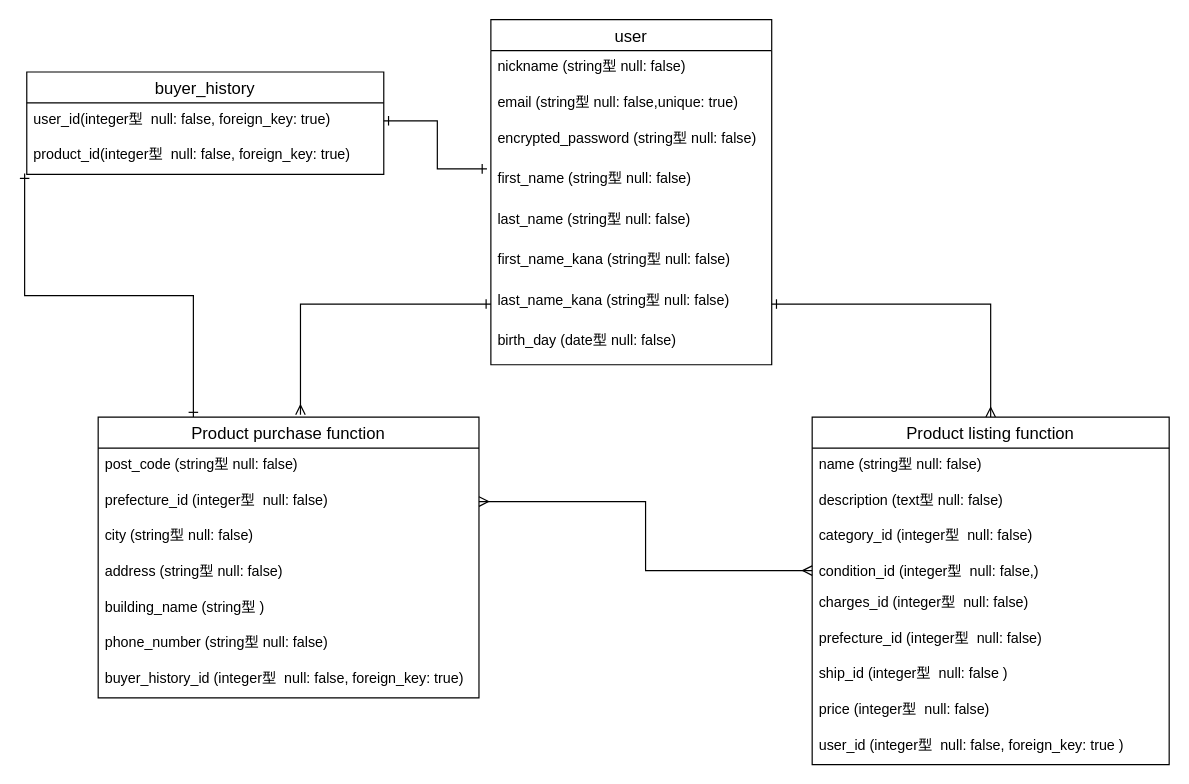
ocha185/furima-33547 keeps this draw.io diagram as furima.dio. Above is the earlier version. Source tidied: cells renumbered, new cells numbered last; positions are measured from the earlier drawing's top-left corner, leaving out a move shared by most shapes. Both pictures are drawn from the tidied source at 119%, with x=0, y=0 at pixel (26, 19).
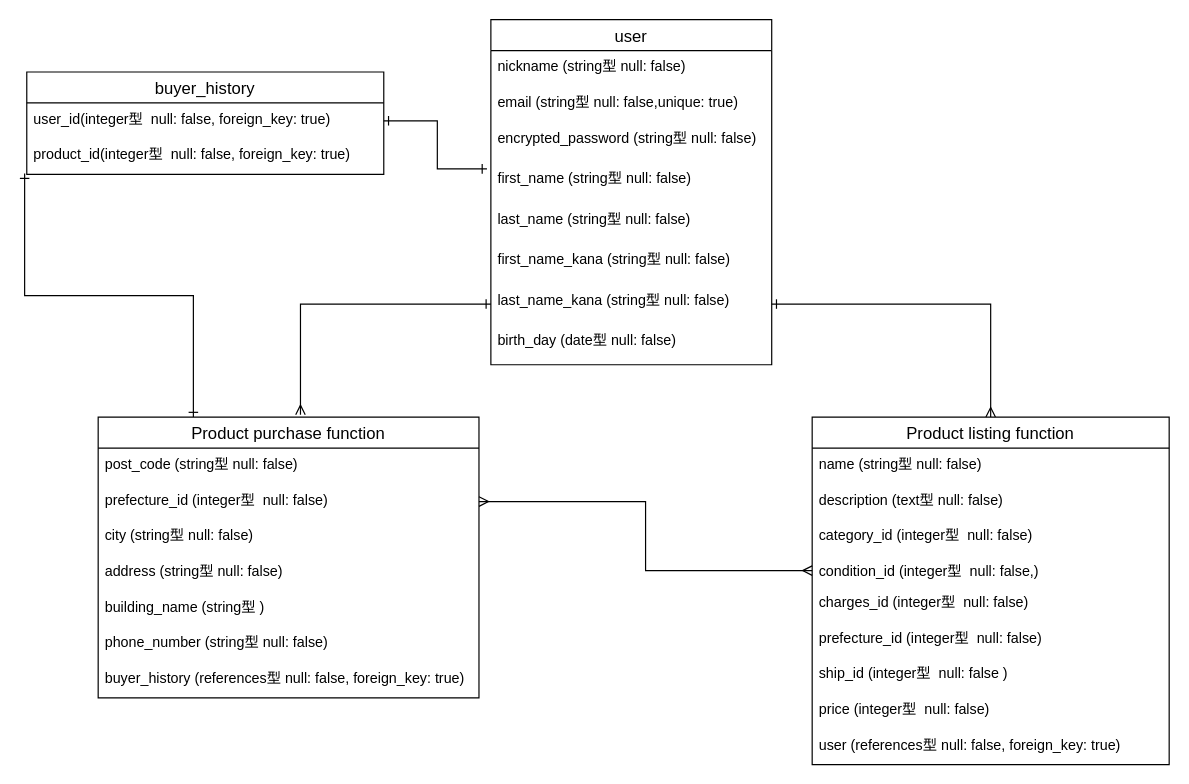
Above is the later version.

Commit message (it also covers changes not shown here):
データベースの修正9

The change refers to these unchanged cells:
```xml
<mxCell id="11" value="Product listing function" style="swimlane;fontStyle=0;horizontal=1;startSize=26;align=center;fontSize=14;" parent="1" vertex="1">
  <mxGeometry x="660" y="334" width="300" height="292" as="geometry" />
</mxCell>
<mxCell id="22" value="Product purchase function" style="swimlane;fontStyle=0;horizontal=1;startSize=26;align=center;fontSize=14;" parent="1" vertex="1">
  <mxGeometry x="60" y="334" width="320" height="236" as="geometry" />
</mxCell>
```

Change to the diagram source:
```diff
@@
-    <mxCell id="20" value="user_id (integer型  null: false, foreign_key: true )" style="text;strokeColor=none;fillColor=none;spacingLeft=4;spacingRight=4;overflow=hidden;fontSize=12;" parent="11" vertex="1">
+    <mxCell id="20" value="user (references型 null: false, foreign_key: true)" style="text;strokeColor=none;fillColor=none;spacingLeft=4;spacingRight=4;overflow=hidden;fontSize=12;" parent="11" vertex="1">
       <mxGeometry y="262" width="300" height="30" as="geometry" />
     </mxCell>
@@
-    <mxCell id="29" value="buyer_history_id (integer型  null: false, foreign_key: true)" style="text;strokeColor=none;fillColor=none;spacingLeft=4;spacingRight=4;overflow=hidden;fontSize=12;" parent="22" vertex="1">
+    <mxCell id="29" value="buyer_history (references型 null: false, foreign_key: true)" style="text;strokeColor=none;fillColor=none;spacingLeft=4;spacingRight=4;overflow=hidden;fontSize=12;" parent="22" vertex="1">
       <mxGeometry y="206" width="320" height="30" as="geometry" />
     </mxCell>
```
